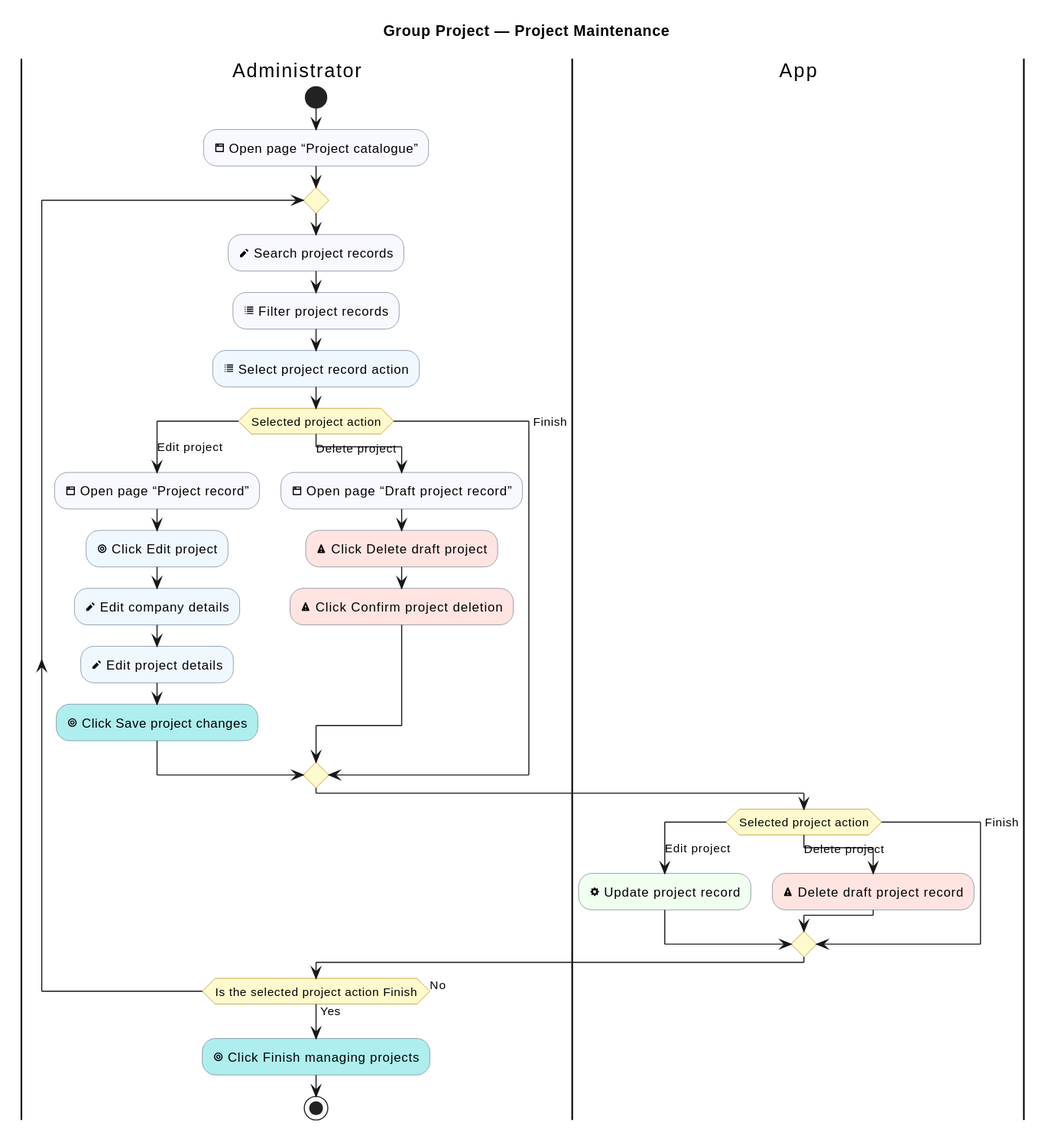
Above: industrial-placement-group-project/diagrams/group-project/project-maintenance.svg in sdflkjssl/sdflkjssl.github.io (PlantUML), before the change.
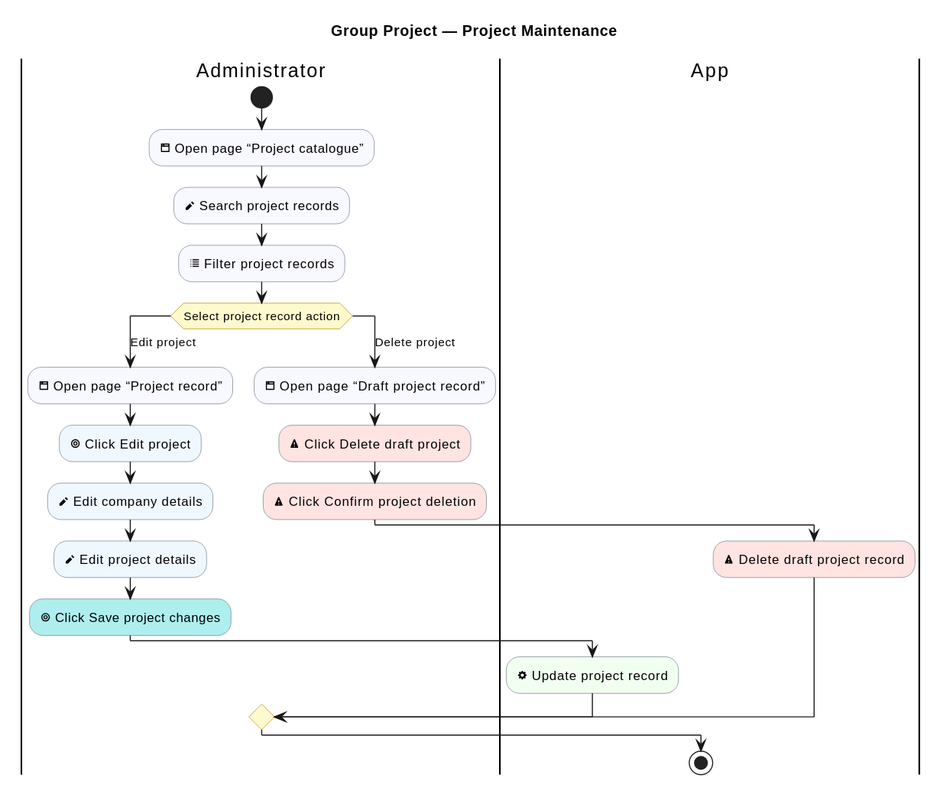
The same diagram one commit later.

What changed in the source:
```diff
@@ -13,34 +13,25 @@
 |Administrator|
 start
 :<&browser> Open page “Project catalogue”; <<#GhostWhite>>
-repeat
   :<&pencil> Search project records; <<#GhostWhite>>
   :<&list> Filter project records; <<#GhostWhite>>
-  :<&list> Select project record action; <<#AliceBlue>>
-  switch (Selected project action)
+  switch (Select project record action)
   case (Edit project)
+    |Administrator|
     :<&browser> Open page “Project record”; <<#GhostWhite>>
     :<&target> Click Edit project; <<#AliceBlue>>
     :<&pencil> Edit company details; <<#AliceBlue>>
     :<&pencil> Edit project details; <<#AliceBlue>>
     :<&target> Click Save project changes; <<#PaleTurquoise>>
+    |App|
+    :<&cog> Update project record; <<#HoneyDew>>
   case (Delete project)
+    |Administrator|
     :<&browser> Open page “Draft project record”; <<#GhostWhite>>
     :<&warning> Click Delete draft project; <<#MistyRose>>
     :<&warning> Click Confirm project deletion; <<#MistyRose>>
-  case (Finish)
+    |App|
+    :<&warning> Delete draft project record; <<#MistyRose>>
   endswitch
-
-  |App|
-  switch (Selected project action)
-  case (Edit project)
-    :<&cog> Update project record; <<#HoneyDew>>
-  case (Delete project)
-    :<&warning> Delete draft project record; <<#MistyRose>>
-  case (Finish)
-  endswitch
-  |Administrator|
-repeat while (Is the selected project action Finish) is (No) not (Yes)
-:<&target> Click Finish managing projects; <<#PaleTurquoise>>
 stop
 @enduml
```
